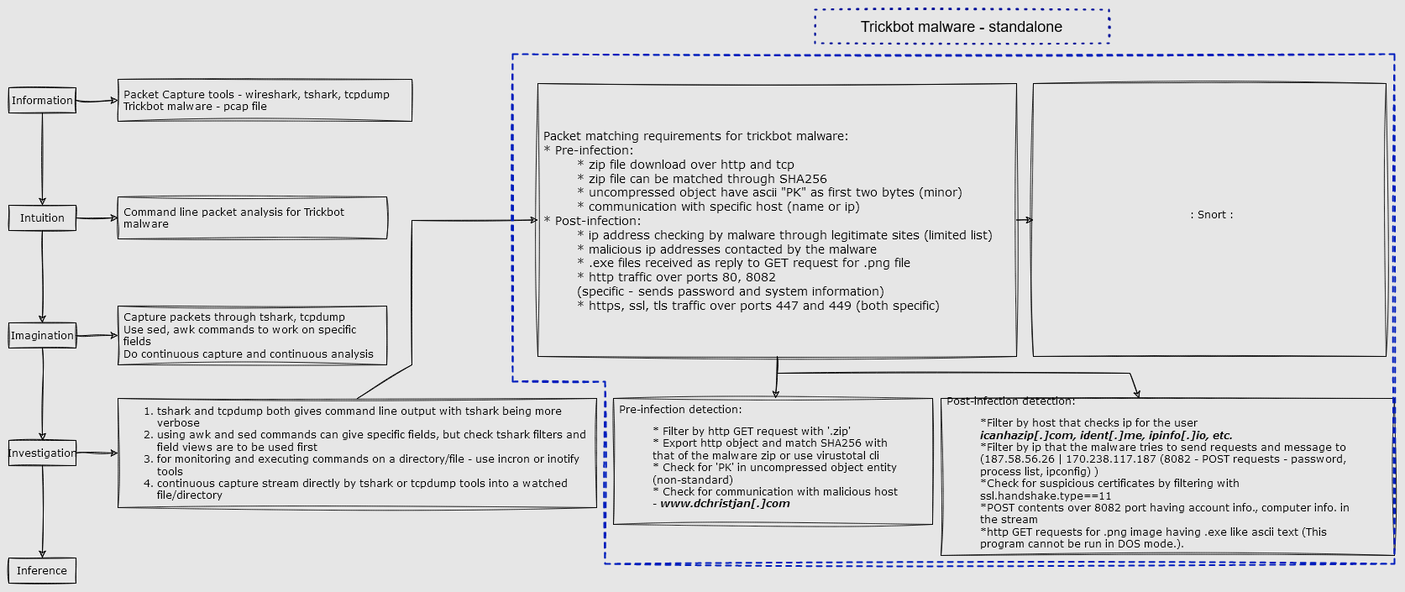
Before: Chart.png, a diagram exported from draw.io (Nobel-CS/packet_testing). Source tidied: cells renumbered, new cells last; positions are measured from the earlier drawing's top-left corner, leaving out a move shared by most shapes.
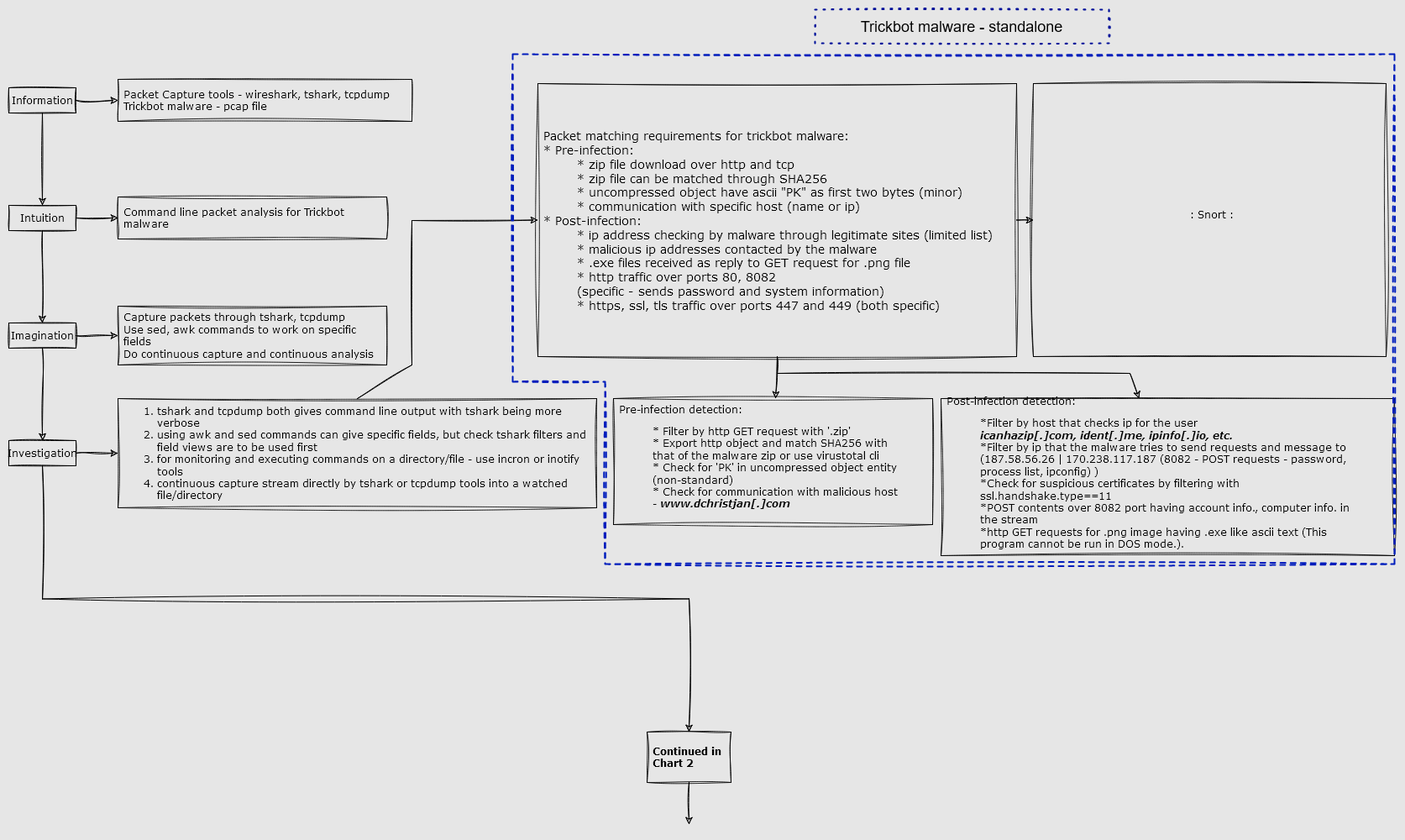
Above is the later version.

Change to the diagram source:
```diff
@@ -29,7 +29,7 @@
     <mxCell id="10" value="Imagination" style="text;html=1;strokeColor=default;fillColor=none;align=center;verticalAlign=middle;whiteSpace=wrap;rounded=0;strokeWidth=1;perimeterSpacing=0;sketch=1;fontFamily=Verdana;fontSize=12;shadow=0;" parent="1" vertex="1">
       <mxGeometry y="373" width="80" height="30" as="geometry" />
     </mxCell>
-    <mxCell id="11" style="edgeStyle=orthogonalEdgeStyle;rounded=0;sketch=1;hachureGap=4;jiggle=2;jettySize=auto;html=1;exitX=0.5;exitY=1;exitDx=0;exitDy=0;entryX=0.5;entryY=0;entryDx=0;entryDy=0;fontFamily=Verdana;fontSize=12;shadow=0;" parent="1" edge="1" source="13" target="14">
+    <mxCell id="11" style="edgeStyle=orthogonalEdgeStyle;rounded=0;sketch=1;hachureGap=4;jiggle=2;jettySize=auto;html=1;exitX=0.5;exitY=1;exitDx=0;exitDy=0;entryX=0.5;entryY=0;entryDx=0;entryDy=0;fontFamily=Verdana;fontSize=12;shadow=0;" parent="1" edge="1" source="13" target="30">
       <mxGeometry relative="1" as="geometry" />
     </mxCell>
     <mxCell id="12" style="edgeStyle=orthogonalEdgeStyle;rounded=0;sketch=1;hachureGap=4;jiggle=2;jettySize=auto;html=1;exitX=1;exitY=0.5;exitDx=0;exitDy=0;entryX=0;entryY=0.5;entryDx=0;entryDy=0;fontFamily=Architects Daughter;fontSource=https%3A%2F%2Ffonts.googleapis.com%2Fcss%3Ffamily%3DArchitects%2BDaughter;fontSize=16;shadow=0;" parent="1" edge="1" source="13" target="19">
@@ -38,9 +38,6 @@
     <mxCell id="13" value="Investigation" style="text;html=1;strokeColor=default;fillColor=none;align=center;verticalAlign=middle;whiteSpace=wrap;rounded=0;strokeWidth=1;perimeterSpacing=0;sketch=1;fontFamily=Verdana;fontSize=12;shadow=0;" parent="1" vertex="1">
       <mxGeometry y="513" width="80" height="30" as="geometry" />
     </mxCell>
-    <mxCell id="14" value="Inference" style="text;html=1;strokeColor=default;fillColor=none;align=center;verticalAlign=middle;whiteSpace=wrap;rounded=0;strokeWidth=1;perimeterSpacing=0;sketch=1;fontFamily=Verdana;fontSize=12;shadow=0;" parent="1" vertex="1">
-      <mxGeometry y="653" width="80" height="30" as="geometry" />
-    </mxCell>
     <mxCell id="15" value="&lt;div&gt;Packet Capture tools - wireshark, tshark, tcpdump&lt;/div&gt;&lt;div&gt;Trickbot malware - pcap file&lt;br&gt;&lt;/div&gt;" style="text;html=1;strokeColor=default;fillColor=none;align=left;verticalAlign=middle;whiteSpace=wrap;rounded=0;sketch=1;hachureGap=4;jiggle=2;fontFamily=Verdana;fontSize=12;dashed=1;dashPattern=1 1;spacingLeft=5;shadow=0;" parent="1" vertex="1">
       <mxGeometry x="130" y="83" width="350" height="50" as="geometry" />
     </mxCell>
@@ -103,5 +100,13 @@
     <mxCell id="28" value="Trickbot malware - standalone" style="text;html=1;strokeColor=#001099;fillColor=none;align=center;verticalAlign=middle;whiteSpace=wrap;rounded=0;glass=0;dashed=1;dashPattern=1 4;sketch=1;fontSize=18;strokeWidth=2;shadow=0;" parent="1" vertex="1">
       <mxGeometry x="960" width="350" height="40" as="geometry" />
     </mxCell>
+    <mxCell id="29" style="edgeStyle=orthogonalEdgeStyle;rounded=0;jettySize=auto;html=1;exitX=0.5;exitY=1;exitDx=0;exitDy=0;sketch=1;" parent="1" edge="1" source="30">
+      <mxGeometry relative="1" as="geometry">
+        <mxPoint x="810" y="970" as="targetPoint" />
+      </mxGeometry>
+    </mxCell>
+    <mxCell id="30" value="&lt;b&gt;Continued in Chart 2&lt;/b&gt;" style="text;html=1;strokeColor=default;fillColor=none;align=left;verticalAlign=middle;whiteSpace=wrap;rounded=0;sketch=1;hachureGap=4;jiggle=2;fontFamily=Verdana;fontSize=12;dashed=1;dashPattern=1 1;spacingLeft=5;shadow=0;" parent="1" vertex="1">
+      <mxGeometry x="760" y="860" width="100" height="60" as="geometry" />
+    </mxCell>
   </root>
 </mxGraphModel>
```
